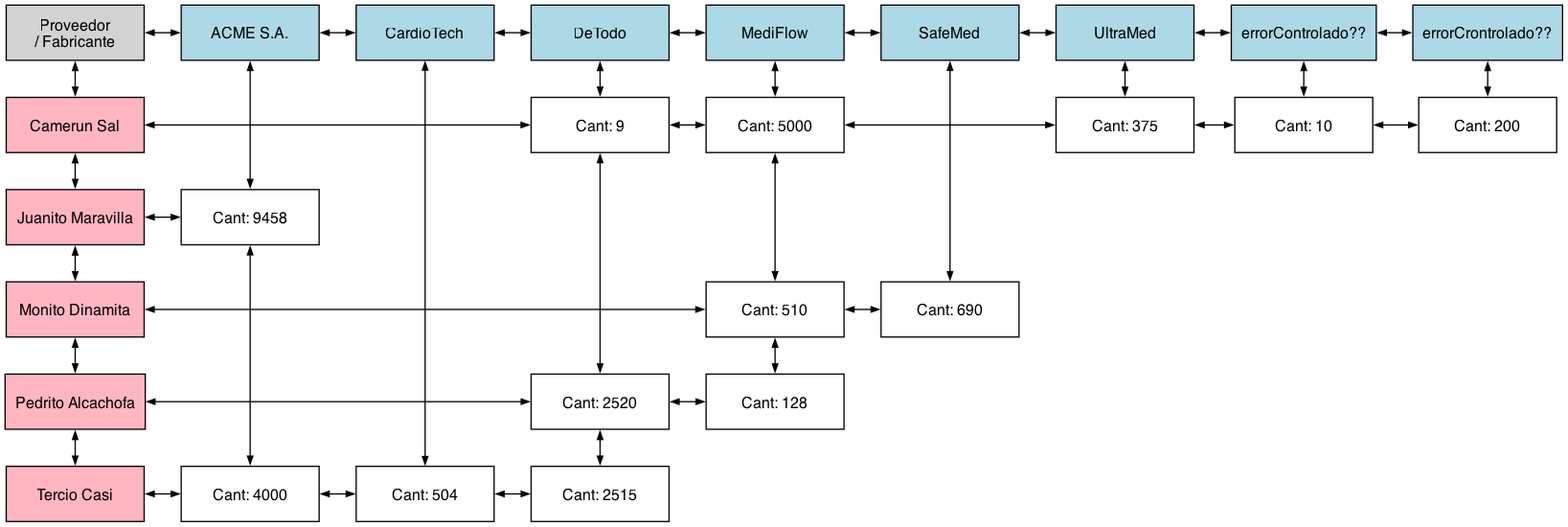
Above: EDD_Proyecto1_Fase2/Imagenes/matriz_proveedores.png in Wicho45/EDD_1S2026_PY_202300727 (Graphviz), before the change. Its source is kept beside it as EDD_Proyecto1_Fase2/Imagenes/matriz_proveedores.dot. Its diagram source:
```dot
digraph G {
    node [shape=box, style=filled, fontname="Helvetica", fontsize=12, width=1.5, height=0.6];
    edge [dir=both, arrowsize=0.6];
    newrank=true;
    nodesep=0.4;
    ranksep=0.4;
    raiz [label="Proveedor\n/ Fabricante", fillcolor=lightgray, group=0];
    "col_ACME S.A." [label="ACME S.A.", fillcolor=lightblue, group=1];
    "col_CardioTech" [label="CardioTech", fillcolor=lightblue, group=2];
    "col_DeTodo" [label="DeTodo", fillcolor=lightblue, group=3];
    "col_MediFlow" [label="MediFlow", fillcolor=lightblue, group=4];
    "col_SafeMed" [label="SafeMed", fillcolor=lightblue, group=5];
    "col_UltraMed" [label="UltraMed", fillcolor=lightblue, group=6];
    "col_errorControlado??" [label="errorControlado??", fillcolor=lightblue, group=7];
    "col_errorCrontrolado??" [label="errorCrontrolado??", fillcolor=lightblue, group=8];
    raiz -> "col_ACME S.A.";
    "col_ACME S.A." -> "col_CardioTech";
    "col_CardioTech" -> "col_DeTodo";
    "col_DeTodo" -> "col_MediFlow";
    "col_MediFlow" -> "col_SafeMed";
    "col_SafeMed" -> "col_UltraMed";
    "col_UltraMed" -> "col_errorControlado??";
    "col_errorControlado??" -> "col_errorCrontrolado??";
    { rank=same; raiz; "col_ACME S.A."; "col_CardioTech"; "col_DeTodo"; "col_MediFlow"; "col_SafeMed"; "col_UltraMed"; "col_errorControlado??"; "col_errorCrontrolado??" }
    "fila_Camerun Sal" [label="Camerun Sal", fillcolor=lightpink, group=0];
    "n_Camerun Sal_DeTodo" [label="Cant: 9", fillcolor=white, group=3];
    "n_Camerun Sal_MediFlow" [label="Cant: 5000", fillcolor=white, group=4];
    "n_Camerun Sal_UltraMed" [label="Cant: 375", fillcolor=white, group=6];
    "n_Camerun Sal_errorControlado??" [label="Cant: 10", fillcolor=white, group=7];
    "n_Camerun Sal_errorCrontrolado??" [label="Cant: 200", fillcolor=white, group=8];
    { rank=same; "fila_Camerun Sal"; "n_Camerun Sal_DeTodo"; "n_Camerun Sal_MediFlow"; "n_Camerun Sal_UltraMed"; "n_Camerun Sal_errorControlado??"; "n_Camerun Sal_errorCrontrolado??" }
    "fila_Juanito Maravilla" [label="Juanito Maravilla", fillcolor=lightpink, group=0];
    "n_Juanito Maravilla_ACME S.A." [label="Cant: 9458", fillcolor=white, group=1];
    { rank=same; "fila_Juanito Maravilla"; "n_Juanito Maravilla_ACME S.A." }
    "fila_Monito Dinamita" [label="Monito Dinamita", fillcolor=lightpink, group=0];
    "n_Monito Dinamita_MediFlow" [label="Cant: 510", fillcolor=white, group=4];
    "n_Monito Dinamita_SafeMed" [label="Cant: 690", fillcolor=white, group=5];
    { rank=same; "fila_Monito Dinamita"; "n_Monito Dinamita_MediFlow"; "n_Monito Dinamita_SafeMed" }
    "fila_Pedrito Alcachofa" [label="Pedrito Alcachofa", fillcolor=lightpink, group=0];
    "n_Pedrito Alcachofa_DeTodo" [label="Cant: 2520", fillcolor=white, group=3];
    "n_Pedrito Alcachofa_MediFlow" [label="Cant: 128", fillcolor=white, group=4];
    { rank=same; "fila_Pedrito Alcachofa"; "n_Pedrito Alcachofa_DeTodo"; "n_Pedrito Alcachofa_MediFlow" }
    "fila_Tercio Casi" [label="Tercio Casi", fillcolor=lightpink, group=0];
    "n_Tercio Casi_ACME S.A." [label="Cant: 4000", fillcolor=white, group=1];
    "n_Tercio Casi_CardioTech" [label="Cant: 504", fillcolor=white, group=2];
    "n_Tercio Casi_DeTodo" [label="Cant: 2515", fillcolor=white, group=3];
    { rank=same; "fila_Tercio Casi"; "n_Tercio Casi_ACME S.A."; "n_Tercio Casi_CardioTech"; "n_Tercio Casi_DeTodo" }
    raiz -> "fila_Camerun Sal";
    "fila_Camerun Sal" -> "fila_Juanito Maravilla";
    "fila_Juanito Maravilla" -> "fila_Monito Dinamita";
    "fila_Monito Dinamita" -> "fila_Pedrito Alcachofa";
    "fila_Pedrito Alcachofa" -> "fila_Tercio Casi";
    "fila_Camerun Sal" -> "n_Camerun Sal_DeTodo";
    "n_Camerun Sal_DeTodo" -> "n_Camerun Sal_MediFlow";
    "n_Camerun Sal_MediFlow" -> "n_Camerun Sal_UltraMed";
    "n_Camerun Sal_UltraMed" -> "n_Camerun Sal_errorControlado??";
    "n_Camerun Sal_errorControlado??" -> "n_Camerun Sal_errorCrontrolado??";
    "fila_Juanito Maravilla" -> "n_Juanito Maravilla_ACME S.A.";
    "fila_Monito Dinamita" -> "n_Monito Dinamita_MediFlow";
    "n_Monito Dinamita_MediFlow" -> "n_Monito Dinamita_SafeMed";
    "fila_Pedrito Alcachofa" -> "n_Pedrito Alcachofa_DeTodo";
    "n_Pedrito Alcachofa_DeTodo" -> "n_Pedrito Alcachofa_MediFlow";
    "fila_Tercio Casi" -> "n_Tercio Casi_ACME S.A.";
    "n_Tercio Casi_ACME S.A." -> "n_Tercio Casi_CardioTech";
    "n_Tercio Casi_CardioTech" -> "n_Tercio Casi_DeTodo";
    "col_ACME S.A." -> "n_Juanito Maravilla_ACME S.A.";
    "n_Juanito Maravilla_ACME S.A." -> "n_Tercio Casi_ACME S.A.";
    "col_CardioTech" -> "n_Tercio Casi_CardioTech";
    "col_DeTodo" -> "n_Camerun Sal_DeTodo";
    "n_Camerun Sal_DeTodo" -> "n_Pedrito Alcachofa_DeTodo";
    "n_Pedrito Alcachofa_DeTodo" -> "n_Tercio Casi_DeTodo";
    "col_MediFlow" -> "n_Camerun Sal_MediFlow";
    "n_Camerun Sal_MediFlow" -> "n_Monito Dinamita_MediFlow";
    "n_Monito Dinamita_MediFlow" -> "n_Pedrito Alcachofa_MediFlow";
    "col_SafeMed" -> "n_Monito Dinamita_SafeMed";
    "col_UltraMed" -> "n_Camerun Sal_UltraMed";
    "col_errorControlado??" -> "n_Camerun Sal_errorControlado??";
    "col_errorCrontrolado??" -> "n_Camerun Sal_errorCrontrolado??";
}
```
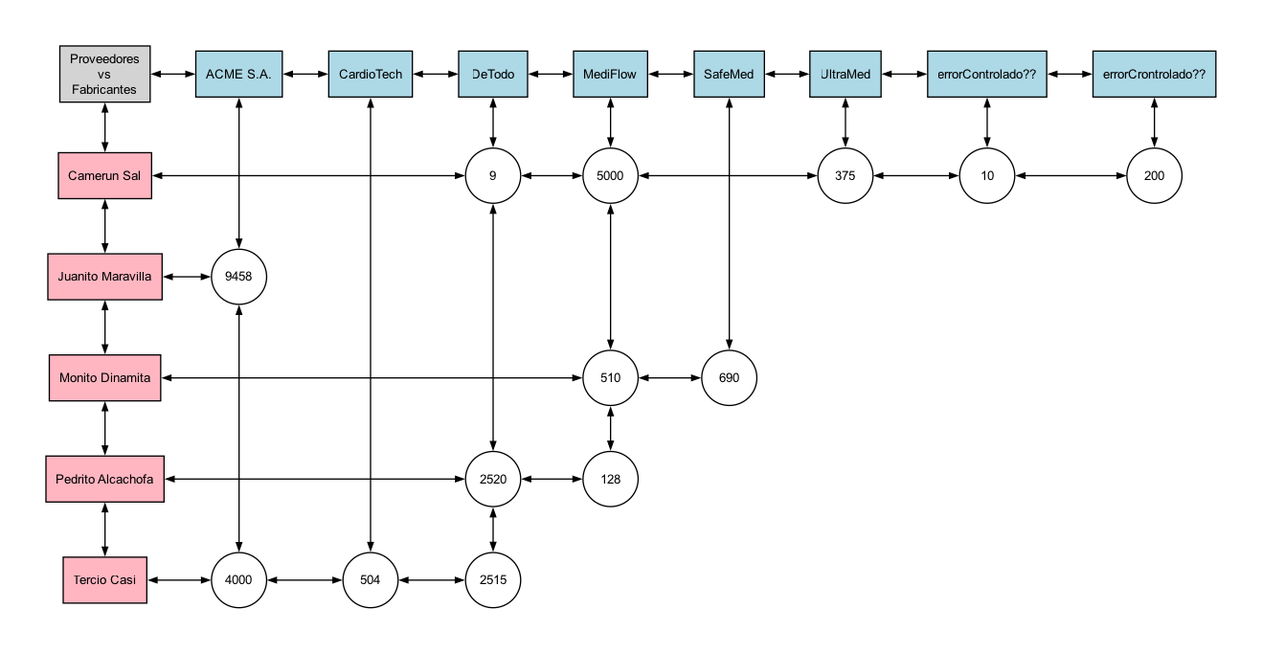
The same file after the commit.

The edit, as a diff of the source:
```diff
@@ -1,18 +1,16 @@
 digraph G {
-    node [shape=box, style=filled, fontname="Helvetica", fontsize=12, width=1.5, height=0.6];
+    graph [pad="0.5", nodesep="0.5", ranksep="0.5", newrank=true];
+    node [fontname="Arial", fontsize=10];
     edge [dir=both, arrowsize=0.6];
-    newrank=true;
-    nodesep=0.4;
-    ranksep=0.4;
-    raiz [label="Proveedor\n/ Fabricante", fillcolor=lightgray, group=0];
-    "col_ACME S.A." [label="ACME S.A.", fillcolor=lightblue, group=1];
-    "col_CardioTech" [label="CardioTech", fillcolor=lightblue, group=2];
-    "col_DeTodo" [label="DeTodo", fillcolor=lightblue, group=3];
-    "col_MediFlow" [label="MediFlow", fillcolor=lightblue, group=4];
-    "col_SafeMed" [label="SafeMed", fillcolor=lightblue, group=5];
-    "col_UltraMed" [label="UltraMed", fillcolor=lightblue, group=6];
-    "col_errorControlado??" [label="errorControlado??", fillcolor=lightblue, group=7];
-    "col_errorCrontrolado??" [label="errorCrontrolado??", fillcolor=lightblue, group=8];
+    raiz [label="Proveedores\nvs\nFabricantes", shape=box, style=filled, fillcolor=lightgray, group=0];
+    "col_ACME S.A." [label="ACME S.A.", shape=box, style=filled, fillcolor=lightblue, group=1];
+    "col_CardioTech" [label="CardioTech", shape=box, style=filled, fillcolor=lightblue, group=2];
+    "col_DeTodo" [label="DeTodo", shape=box, style=filled, fillcolor=lightblue, group=3];
+    "col_MediFlow" [label="MediFlow", shape=box, style=filled, fillcolor=lightblue, group=4];
+    "col_SafeMed" [label="SafeMed", shape=box, style=filled, fillcolor=lightblue, group=5];
+    "col_UltraMed" [label="UltraMed", shape=box, style=filled, fillcolor=lightblue, group=6];
+    "col_errorControlado??" [label="errorControlado??", shape=box, style=filled, fillcolor=lightblue, group=7];
+    "col_errorCrontrolado??" [label="errorCrontrolado??", shape=box, style=filled, fillcolor=lightblue, group=8];
     raiz -> "col_ACME S.A.";
     "col_ACME S.A." -> "col_CardioTech";
     "col_CardioTech" -> "col_DeTodo";
@@ -22,28 +20,28 @@
     "col_UltraMed" -> "col_errorControlado??";
     "col_errorControlado??" -> "col_errorCrontrolado??";
     { rank=same; raiz; "col_ACME S.A."; "col_CardioTech"; "col_DeTodo"; "col_MediFlow"; "col_SafeMed"; "col_UltraMed"; "col_errorControlado??"; "col_errorCrontrolado??" }
-    "fila_Camerun Sal" [label="Camerun Sal", fillcolor=lightpink, group=0];
-    "n_Camerun Sal_DeTodo" [label="Cant: 9", fillcolor=white, group=3];
-    "n_Camerun Sal_MediFlow" [label="Cant: 5000", fillcolor=white, group=4];
-    "n_Camerun Sal_UltraMed" [label="Cant: 375", fillcolor=white, group=6];
-    "n_Camerun Sal_errorControlado??" [label="Cant: 10", fillcolor=white, group=7];
-    "n_Camerun Sal_errorCrontrolado??" [label="Cant: 200", fillcolor=white, group=8];
+    "fila_Camerun Sal" [label="Camerun Sal", shape=box, style=filled, fillcolor=lightpink, group=0];
+    "n_Camerun Sal_DeTodo" [label="9", shape=circle, style=filled, fillcolor=white, group=3, width=0.6, fixedsize=true];
+    "n_Camerun Sal_MediFlow" [label="5000", shape=circle, style=filled, fillcolor=white, group=4, width=0.6, fixedsize=true];
+    "n_Camerun Sal_UltraMed" [label="375", shape=circle, style=filled, fillcolor=white, group=6, width=0.6, fixedsize=true];
+    "n_Camerun Sal_errorControlado??" [label="10", shape=circle, style=filled, fillcolor=white, group=7, width=0.6, fixedsize=true];
+    "n_Camerun Sal_errorCrontrolado??" [label="200", shape=circle, style=filled, fillcolor=white, group=8, width=0.6, fixedsize=true];
     { rank=same; "fila_Camerun Sal"; "n_Camerun Sal_DeTodo"; "n_Camerun Sal_MediFlow"; "n_Camerun Sal_UltraMed"; "n_Camerun Sal_errorControlado??"; "n_Camerun Sal_errorCrontrolado??" }
-    "fila_Juanito Maravilla" [label="Juanito Maravilla", fillcolor=lightpink, group=0];
-    "n_Juanito Maravilla_ACME S.A." [label="Cant: 9458", fillcolor=white, group=1];
+    "fila_Juanito Maravilla" [label="Juanito Maravilla", shape=box, style=filled, fillcolor=lightpink, group=0];
+    "n_Juanito Maravilla_ACME S.A." [label="9458", shape=circle, style=filled, fillcolor=white, group=1, width=0.6, fixedsize=true];
     { rank=same; "fila_Juanito Maravilla"; "n_Juanito Maravilla_ACME S.A." }
-    "fila_Monito Dinamita" [label="Monito Dinamita", fillcolor=lightpink, group=0];
-    "n_Monito Dinamita_MediFlow" [label="Cant: 510", fillcolor=white, group=4];
-    "n_Monito Dinamita_SafeMed" [label="Cant: 690", fillcolor=white, group=5];
+    "fila_Monito Dinamita" [label="Monito Dinamita", shape=box, style=filled, fillcolor=lightpink, group=0];
+    "n_Monito Dinamita_MediFlow" [label="510", shape=circle, style=filled, fillcolor=white, group=4, width=0.6, fixedsize=true];
+    "n_Monito Dinamita_SafeMed" [label="690", shape=circle, style=filled, fillcolor=white, group=5, width=0.6, fixedsize=true];
     { rank=same; "fila_Monito Dinamita"; "n_Monito Dinamita_MediFlow"; "n_Monito Dinamita_SafeMed" }
-    "fila_Pedrito Alcachofa" [label="Pedrito Alcachofa", fillcolor=lightpink, group=0];
-    "n_Pedrito Alcachofa_DeTodo" [label="Cant: 2520", fillcolor=white, group=3];
-    "n_Pedrito Alcachofa_MediFlow" [label="Cant: 128", fillcolor=white, group=4];
+    "fila_Pedrito Alcachofa" [label="Pedrito Alcachofa", shape=box, style=filled, fillcolor=lightpink, group=0];
+    "n_Pedrito Alcachofa_DeTodo" [label="2520", shape=circle, style=filled, fillcolor=white, group=3, width=0.6, fixedsize=true];
+    "n_Pedrito Alcachofa_MediFlow" [label="128", shape=circle, style=filled, fillcolor=white, group=4, width=0.6, fixedsize=true];
     { rank=same; "fila_Pedrito Alcachofa"; "n_Pedrito Alcachofa_DeTodo"; "n_Pedrito Alcachofa_MediFlow" }
-    "fila_Tercio Casi" [label="Tercio Casi", fillcolor=lightpink, group=0];
-    "n_Tercio Casi_ACME S.A." [label="Cant: 4000", fillcolor=white, group=1];
-    "n_Tercio Casi_CardioTech" [label="Cant: 504", fillcolor=white, group=2];
-    "n_Tercio Casi_DeTodo" [label="Cant: 2515", fillcolor=white, group=3];
+    "fila_Tercio Casi" [label="Tercio Casi", shape=box, style=filled, fillcolor=lightpink, group=0];
+    "n_Tercio Casi_ACME S.A." [label="4000", shape=circle, style=filled, fillcolor=white, group=1, width=0.6, fixedsize=true];
+    "n_Tercio Casi_CardioTech" [label="504", shape=circle, style=filled, fillcolor=white, group=2, width=0.6, fixedsize=true];
+    "n_Tercio Casi_DeTodo" [label="2515", shape=circle, style=filled, fillcolor=white, group=3, width=0.6, fixedsize=true];
     { rank=same; "fila_Tercio Casi"; "n_Tercio Casi_ACME S.A."; "n_Tercio Casi_CardioTech"; "n_Tercio Casi_DeTodo" }
     raiz -> "fila_Camerun Sal";
     "fila_Camerun Sal" -> "fila_Juanito Maravilla";
```
